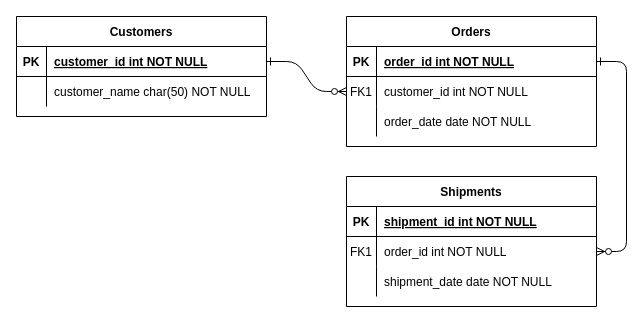
Before: Untitled Diagram.drawio in asbenjamin/wpm, a draw.io diagram. Source tidied: cells renumbered, new cells numbered last; positions are measured from the earlier drawing's top-left corner, leaving out a move shared by most shapes. Both pictures are drawn from the tidied source at 100%, with x=0, y=0 at pixel (16, 16).
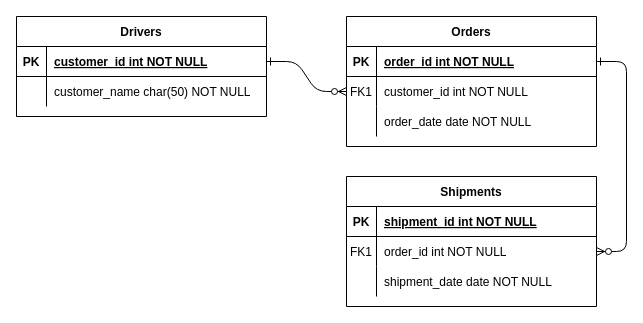
The same page after the edit.

Commit message:
Seconds Database Relations

Diff of the diagram source:
```diff
@@
-    <mxCell id="24" value="Customers" style="shape=table;startSize=30;childLayout=tableLayout;rowLines=0;fontStyle=1;align=center;" parent="1" vertex="1">
+    <mxCell id="24" value="Drivers" style="shape=table;startSize=30;childLayout=tableLayout;rowLines=0;fontStyle=1;align=center;" parent="1" vertex="1">
       <mxGeometry width="250" height="100" as="geometry" />
     </mxCell>
```
